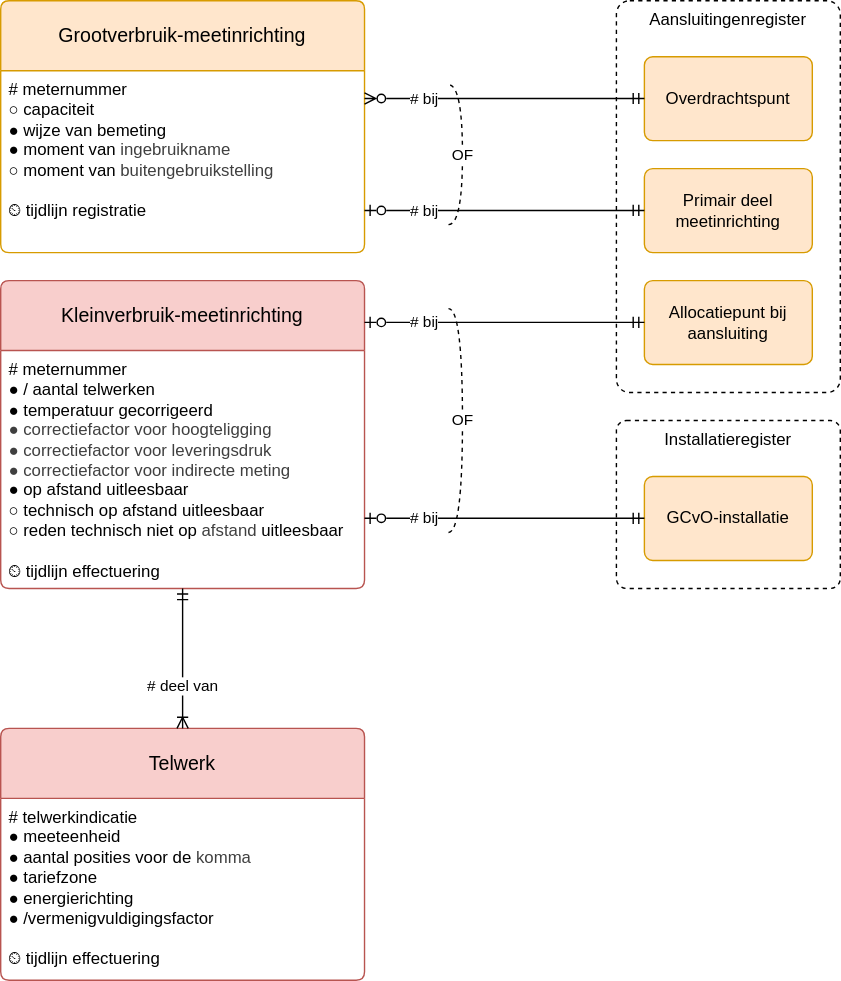
Netbeheer-Nederland/stelsel keeps this draw.io diagram as registers/meetinrichtingenregister/1.4/meetinrichtingenregister.drawio.svg. Above is the earlier version. Source tidied: cells renumbered, new cells last; positions are measured from the earlier drawing's top-left corner, leaving out a move shared by most shapes. The source it was exported from:
```xml
<mxGraphModel>
  <root>
    <mxCell id="0" />
    <mxCell id="1" parent="0" />
    <mxCell id="2" value="Aansluitingenregister" style="rounded=1;whiteSpace=wrap;html=1;dashed=1;verticalAlign=top;arcSize=6;" parent="1" vertex="1">
      <mxGeometry x="440" width="160" height="280" as="geometry" />
    </mxCell>
    <mxCell id="3" value="Kleinverbruik-meetinrichting" style="swimlane;horizontal=1;startSize=50;rounded=1;fontSize=14;fontStyle=0;strokeWidth=1;shadow=0;dashed=0;align=center;fillColor=#f8cecc;strokeColor=#b85450;arcSize=4;whiteSpace=wrap;html=1;" parent="1" vertex="1">
      <mxGeometry y="200" width="260" height="220" as="geometry" />
    </mxCell>
    <mxCell id="4" value="&lt;div&gt;&lt;span style=&quot;background-color: transparent; color: light-dark(rgb(0, 0, 0), rgb(255, 255, 255));&quot;&gt;# meternummer&lt;/span&gt;&lt;/div&gt;&lt;div&gt;&lt;span style=&quot;background-color: transparent; color: light-dark(rgb(0, 0, 0), rgb(255, 255, 255));&quot;&gt;● /&lt;/span&gt;&lt;span style=&quot;background-color: transparent; color: light-dark(rgb(0, 0, 0), rgb(255, 255, 255));&quot;&gt;aantal telwerken&lt;/span&gt;&lt;/div&gt;&lt;div&gt;&lt;div&gt;&lt;span style=&quot;background-color: initial;&quot;&gt;● &lt;/span&gt;&lt;span style=&quot;background-color: initial;&quot;&gt;temperatuur&lt;/span&gt;&lt;span style=&quot;background-color: initial; color: light-dark(rgb(0, 0, 0), rgb(255, 255, 255));&quot;&gt;gecorrigeerd&lt;/span&gt;&lt;/div&gt;&lt;div&gt;&lt;span style=&quot;color: rgb(63, 63, 63);&quot;&gt;● correctiefactor voor&amp;nbsp;&lt;/span&gt;&lt;span style=&quot;color: rgb(63, 63, 63); background-color: transparent;&quot;&gt;hoogteligging&lt;/span&gt;&lt;/div&gt;&lt;div&gt;&lt;span style=&quot;color: rgb(63, 63, 63);&quot;&gt;● correctiefactor voor&amp;nbsp;&lt;/span&gt;&lt;span style=&quot;color: rgb(63, 63, 63); background-color: transparent;&quot;&gt;leveringsdruk&lt;/span&gt;&lt;/div&gt;&lt;div&gt;&lt;span style=&quot;color: rgb(63, 63, 63);&quot;&gt;● correctiefactor voor indirecte meting&lt;/span&gt;&lt;span style=&quot;color: rgb(63, 63, 63); background-color: transparent;&quot;&gt;&lt;/span&gt;&lt;/div&gt;&lt;div&gt;● op afstand uitleesbaar&lt;/div&gt;&lt;div&gt;&lt;span style=&quot;background-color: initial; color: light-dark(rgb(0, 0, 0), rgb(255, 255, 255));&quot;&gt;○ &lt;/span&gt;&lt;span style=&quot;background-color: initial; color: light-dark(rgb(0, 0, 0), rgb(255, 255, 255));&quot;&gt;technisch op afstand&amp;nbsp;&lt;/span&gt;&lt;span style=&quot;background-color: initial;&quot;&gt;uitleesbaar&lt;/span&gt;&lt;/div&gt;&lt;div&gt;○ reden technisch niet op&amp;nbsp;&lt;span style=&quot;color: rgb(63, 63, 63); background-color: transparent;&quot;&gt;afstand&amp;nbsp;&lt;/span&gt;&lt;span style=&quot;background-color: transparent;&quot;&gt;uitleesbaar&lt;/span&gt;&lt;/div&gt;&lt;/div&gt;&lt;div&gt;&lt;div&gt;&lt;br&gt;&lt;/div&gt;&lt;/div&gt;&lt;div&gt;⏲ tijdlijn effectuering&lt;/div&gt;" style="align=left;strokeColor=none;fillColor=none;spacingLeft=4;fontSize=12;verticalAlign=top;fontStyle=0;html=1;" parent="3" vertex="1">
      <mxGeometry y="50" width="260" height="170" as="geometry" />
    </mxCell>
    <mxCell id="5" value="Telwerk" style="swimlane;horizontal=1;startSize=50;rounded=1;fontSize=14;fontStyle=0;strokeWidth=1;shadow=0;dashed=0;align=center;fillColor=#f8cecc;strokeColor=#b85450;arcSize=4;whiteSpace=wrap;html=1;" parent="1" vertex="1">
      <mxGeometry y="520" width="260" height="180" as="geometry" />
    </mxCell>
    <mxCell id="6" value="#&amp;nbsp;telwerkindicatie&lt;br&gt;●&amp;nbsp;meeteenheid&lt;br&gt;●&amp;nbsp;aantal posities voor de&amp;nbsp;&lt;span style=&quot;background-color: initial; color: rgb(63, 63, 63);&quot;&gt;komma&lt;/span&gt;&lt;div&gt;&lt;div&gt;&lt;span style=&quot;background-color: initial;&quot;&gt;●&amp;nbsp;&lt;/span&gt;&lt;span style=&quot;background-color: initial;&quot;&gt;tariefzone&lt;/span&gt;&lt;div&gt;●&amp;nbsp;energierichting&lt;/div&gt;&lt;/div&gt;&lt;div&gt;● /vermenigvuldigingsfactor&lt;/div&gt;&lt;div&gt;&lt;br&gt;&lt;/div&gt;&lt;div&gt;⏲ tijdlijn effectuering&lt;/div&gt;&lt;/div&gt;" style="align=left;strokeColor=none;fillColor=none;spacingLeft=4;fontSize=12;verticalAlign=top;fontStyle=0;html=1;" parent="5" vertex="1">
      <mxGeometry y="50" width="260" height="130" as="geometry" />
    </mxCell>
    <mxCell id="7" value="# deel van" style="fontSize=11;html=1;endArrow=ERoneToMany;startArrow=ERmandOne;rounded=0;endFill=0;fontStyle=0;align=center;startFill=0;elbow=vertical;" parent="1" edge="1" source="3" target="5">
      <mxGeometry x="0.4" relative="1" as="geometry" />
    </mxCell>
    <mxCell id="8" value="Installatieregister" style="rounded=1;whiteSpace=wrap;html=1;dashed=1;verticalAlign=top;arcSize=6;" parent="1" vertex="1">
      <mxGeometry x="440" y="300" width="160" height="120" as="geometry" />
    </mxCell>
    <mxCell id="9" value="Allocatiepunt bij aansluiting" style="rounded=1;arcSize=10;whiteSpace=wrap;html=1;align=center;fillColor=#ffe6cc;strokeColor=#d79b00;" parent="1" vertex="1">
      <mxGeometry x="460" y="200" width="120" height="60" as="geometry" />
    </mxCell>
    <mxCell id="10" value="GCvO-installatie" style="rounded=1;arcSize=10;whiteSpace=wrap;html=1;align=center;fillColor=#ffe6cc;strokeColor=#d79b00;" parent="1" vertex="1">
      <mxGeometry x="460" y="340" width="120" height="60" as="geometry" />
    </mxCell>
    <mxCell id="11" value="Overdrachtspunt" style="rounded=1;arcSize=10;whiteSpace=wrap;html=1;align=center;fillColor=#ffe6cc;strokeColor=#d79b00;" parent="1" vertex="1">
      <mxGeometry x="460" y="40" width="120" height="60" as="geometry" />
    </mxCell>
    <mxCell id="12" value="Grootverbruik-meetinrichting" style="swimlane;horizontal=1;startSize=50;rounded=1;fontSize=14;fontStyle=0;strokeWidth=1;shadow=0;dashed=0;align=center;fillColor=#ffe6cc;strokeColor=#d79b00;arcSize=4;whiteSpace=wrap;html=1;" parent="1" vertex="1">
      <mxGeometry width="260" height="180" as="geometry" />
    </mxCell>
    <mxCell id="13" value="&lt;div&gt;&lt;span style=&quot;background-color: initial; color: light-dark(rgb(0, 0, 0), rgb(255, 255, 255));&quot;&gt;# meternummer&lt;/span&gt;&lt;/div&gt;&lt;div&gt;&lt;span style=&quot;background-color: initial; color: light-dark(rgb(0, 0, 0), rgb(255, 255, 255));&quot;&gt;○&lt;/span&gt;&lt;span style=&quot;background-color: initial; color: light-dark(rgb(0, 0, 0), rgb(255, 255, 255));&quot;&gt;&amp;nbsp;capaciteit&lt;/span&gt;&lt;/div&gt;&lt;div&gt;&lt;span style=&quot;background-color: initial;&quot;&gt;●&lt;/span&gt;&lt;span style=&quot;background-color: initial;&quot;&gt;&amp;nbsp;wijze van bemeting&lt;/span&gt;&lt;/div&gt;&lt;div&gt;● moment van&lt;span style=&quot;color: rgb(63, 63, 63); background-color: transparent;&quot;&gt;&amp;nbsp;ingebruikname&lt;/span&gt;&lt;/div&gt;&lt;div&gt;○ moment van&lt;span style=&quot;color: rgb(63, 63, 63); background-color: transparent;&quot;&gt;&amp;nbsp;buitengebruikstelling&lt;/span&gt;&lt;/div&gt;&lt;div&gt;&lt;span style=&quot;background-color: transparent; color: light-dark(rgb(0, 0, 0), rgb(255, 255, 255));&quot;&gt;&lt;br&gt;&lt;/span&gt;&lt;/div&gt;&lt;div&gt;&lt;span style=&quot;background-color: transparent; color: light-dark(rgb(0, 0, 0), rgb(255, 255, 255));&quot;&gt;⏲ tijdlijn registratie&lt;/span&gt;&lt;/div&gt;" style="align=left;strokeColor=none;fillColor=none;spacingLeft=4;fontSize=12;verticalAlign=top;fontStyle=0;html=1;" parent="12" vertex="1">
      <mxGeometry y="50" width="260" height="130" as="geometry" />
    </mxCell>
    <mxCell id="14" value="Primair deel meetinrichting" style="rounded=1;arcSize=10;whiteSpace=wrap;html=1;align=center;fillColor=#ffe6cc;strokeColor=#d79b00;" parent="1" vertex="1">
      <mxGeometry x="460" y="120" width="120" height="60" as="geometry" />
    </mxCell>
    <mxCell id="15" value="# bij" style="endArrow=ERzeroToMany;html=1;rounded=0;startArrow=ERmandOne;startFill=0;endFill=0;edgeStyle=elbowEdgeStyle;align=left;elbow=vertical;" parent="1" edge="1" source="11" target="12">
      <mxGeometry x="0.7" relative="1" as="geometry">
        <mxPoint x="1" as="offset" />
      </mxGeometry>
    </mxCell>
    <mxCell id="16" value="# bij" style="endArrow=ERzeroToOne;html=1;rounded=0;startArrow=ERmandOne;startFill=0;endFill=0;edgeStyle=elbowEdgeStyle;align=left;elbow=vertical;" parent="1" edge="1" source="14" target="12">
      <mxGeometry x="0.7" relative="1" as="geometry">
        <mxPoint x="1" as="offset" />
      </mxGeometry>
    </mxCell>
    <mxCell id="17" value="OF" style="endArrow=none;html=1;rounded=0;edgeStyle=orthogonalEdgeStyle;noJump=0;orthogonalLoop=0;orthogonal=0;dashed=1;jumpStyle=arc;jumpSize=12;curved=1;" parent="1" edge="1">
      <mxGeometry relative="1" as="geometry">
        <mxPoint x="320" y="160" as="sourcePoint" />
        <mxPoint x="320" y="60" as="targetPoint" />
        <Array as="points">
          <mxPoint x="330" y="160" />
          <mxPoint x="330" y="60" />
        </Array>
      </mxGeometry>
    </mxCell>
    <mxCell id="18" value="# bij" style="endArrow=ERzeroToOne;html=1;rounded=0;startArrow=ERmandOne;startFill=0;endFill=0;edgeStyle=elbowEdgeStyle;align=left;elbow=vertical;" parent="1" edge="1" source="9" target="3">
      <mxGeometry x="0.7" relative="1" as="geometry">
        <mxPoint x="1" as="offset" />
      </mxGeometry>
    </mxCell>
    <mxCell id="19" value="# bij" style="endArrow=ERzeroToOne;html=1;rounded=0;startArrow=ERmandOne;startFill=0;endFill=0;edgeStyle=elbowEdgeStyle;align=left;elbow=vertical;" parent="1" edge="1" source="10" target="3">
      <mxGeometry x="0.7" relative="1" as="geometry">
        <mxPoint x="1" as="offset" />
      </mxGeometry>
    </mxCell>
    <mxCell id="20" value="OF" style="endArrow=none;html=1;rounded=0;edgeStyle=orthogonalEdgeStyle;noJump=0;orthogonalLoop=0;orthogonal=0;dashed=1;jumpStyle=arc;jumpSize=12;curved=1;" parent="1" edge="1">
      <mxGeometry relative="1" as="geometry">
        <mxPoint x="320" y="380" as="sourcePoint" />
        <mxPoint x="320" y="220" as="targetPoint" />
        <Array as="points">
          <mxPoint x="330" y="380" />
          <mxPoint x="330" y="220" />
        </Array>
      </mxGeometry>
    </mxCell>
  </root>
</mxGraphModel>
```
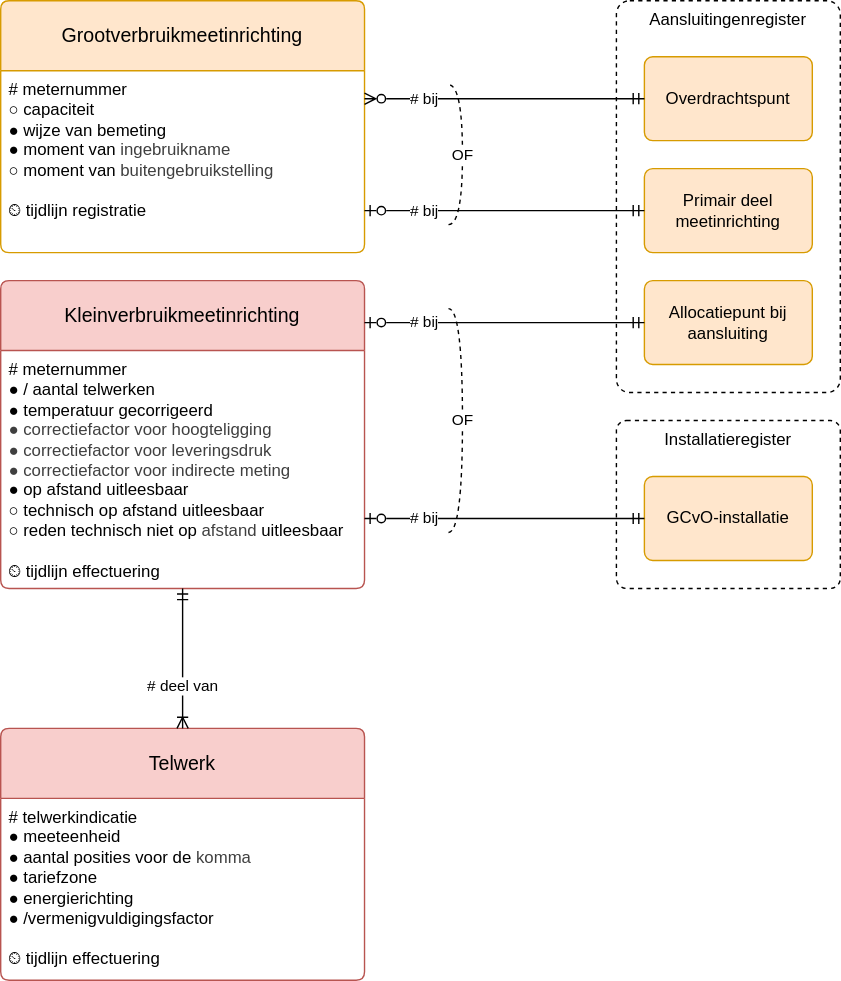
Above is the later version.

The edit, as a diff of the source:
```diff
@@ -5,7 +5,7 @@
     <mxCell id="2" value="Aansluitingenregister" style="rounded=1;whiteSpace=wrap;html=1;dashed=1;verticalAlign=top;arcSize=6;" parent="1" vertex="1">
       <mxGeometry x="440" width="160" height="280" as="geometry" />
     </mxCell>
-    <mxCell id="3" value="Kleinverbruik-meetinrichting" style="swimlane;horizontal=1;startSize=50;rounded=1;fontSize=14;fontStyle=0;strokeWidth=1;shadow=0;dashed=0;align=center;fillColor=#f8cecc;strokeColor=#b85450;arcSize=4;whiteSpace=wrap;html=1;" parent="1" vertex="1">
+    <mxCell id="3" value="Kleinverbruikmeetinrichting" style="swimlane;horizontal=1;startSize=50;rounded=1;fontSize=14;fontStyle=0;strokeWidth=1;shadow=0;dashed=0;align=center;fillColor=#f8cecc;strokeColor=#b85450;arcSize=4;whiteSpace=wrap;html=1;" parent="1" vertex="1">
       <mxGeometry y="200" width="260" height="220" as="geometry" />
     </mxCell>
     <mxCell id="4" value="&lt;div&gt;&lt;span style=&quot;background-color: transparent; color: light-dark(rgb(0, 0, 0), rgb(255, 255, 255));&quot;&gt;# meternummer&lt;/span&gt;&lt;/div&gt;&lt;div&gt;&lt;span style=&quot;background-color: transparent; color: light-dark(rgb(0, 0, 0), rgb(255, 255, 255));&quot;&gt;● /&lt;/span&gt;&lt;span style=&quot;background-color: transparent; color: light-dark(rgb(0, 0, 0), rgb(255, 255, 255));&quot;&gt;aantal telwerken&lt;/span&gt;&lt;/div&gt;&lt;div&gt;&lt;div&gt;&lt;span style=&quot;background-color: initial;&quot;&gt;● &lt;/span&gt;&lt;span style=&quot;background-color: initial;&quot;&gt;temperatuur&lt;/span&gt;&lt;span style=&quot;background-color: initial; color: light-dark(rgb(0, 0, 0), rgb(255, 255, 255));&quot;&gt;gecorrigeerd&lt;/span&gt;&lt;/div&gt;&lt;div&gt;&lt;span style=&quot;color: rgb(63, 63, 63);&quot;&gt;● correctiefactor voor&amp;nbsp;&lt;/span&gt;&lt;span style=&quot;color: rgb(63, 63, 63); background-color: transparent;&quot;&gt;hoogteligging&lt;/span&gt;&lt;/div&gt;&lt;div&gt;&lt;span style=&quot;color: rgb(63, 63, 63);&quot;&gt;● correctiefactor voor&amp;nbsp;&lt;/span&gt;&lt;span style=&quot;color: rgb(63, 63, 63); background-color: transparent;&quot;&gt;leveringsdruk&lt;/span&gt;&lt;/div&gt;&lt;div&gt;&lt;span style=&quot;color: rgb(63, 63, 63);&quot;&gt;● correctiefactor voor indirecte meting&lt;/span&gt;&lt;span style=&quot;color: rgb(63, 63, 63); background-color: transparent;&quot;&gt;&lt;/span&gt;&lt;/div&gt;&lt;div&gt;● op afstand uitleesbaar&lt;/div&gt;&lt;div&gt;&lt;span style=&quot;background-color: initial; color: light-dark(rgb(0, 0, 0), rgb(255, 255, 255));&quot;&gt;○ &lt;/span&gt;&lt;span style=&quot;background-color: initial; color: light-dark(rgb(0, 0, 0), rgb(255, 255, 255));&quot;&gt;technisch op afstand&amp;nbsp;&lt;/span&gt;&lt;span style=&quot;background-color: initial;&quot;&gt;uitleesbaar&lt;/span&gt;&lt;/div&gt;&lt;div&gt;○ reden technisch niet op&amp;nbsp;&lt;span style=&quot;color: rgb(63, 63, 63); background-color: transparent;&quot;&gt;afstand&amp;nbsp;&lt;/span&gt;&lt;span style=&quot;background-color: transparent;&quot;&gt;uitleesbaar&lt;/span&gt;&lt;/div&gt;&lt;/div&gt;&lt;div&gt;&lt;div&gt;&lt;br&gt;&lt;/div&gt;&lt;/div&gt;&lt;div&gt;⏲ tijdlijn effectuering&lt;/div&gt;" style="align=left;strokeColor=none;fillColor=none;spacingLeft=4;fontSize=12;verticalAlign=top;fontStyle=0;html=1;" parent="3" vertex="1">
@@ -32,7 +32,7 @@
     <mxCell id="11" value="Overdrachtspunt" style="rounded=1;arcSize=10;whiteSpace=wrap;html=1;align=center;fillColor=#ffe6cc;strokeColor=#d79b00;" parent="1" vertex="1">
       <mxGeometry x="460" y="40" width="120" height="60" as="geometry" />
     </mxCell>
-    <mxCell id="12" value="Grootverbruik-meetinrichting" style="swimlane;horizontal=1;startSize=50;rounded=1;fontSize=14;fontStyle=0;strokeWidth=1;shadow=0;dashed=0;align=center;fillColor=#ffe6cc;strokeColor=#d79b00;arcSize=4;whiteSpace=wrap;html=1;" parent="1" vertex="1">
+    <mxCell id="12" value="Grootverbruikmeetinrichting" style="swimlane;horizontal=1;startSize=50;rounded=1;fontSize=14;fontStyle=0;strokeWidth=1;shadow=0;dashed=0;align=center;fillColor=#ffe6cc;strokeColor=#d79b00;arcSize=4;whiteSpace=wrap;html=1;" parent="1" vertex="1">
       <mxGeometry width="260" height="180" as="geometry" />
     </mxCell>
     <mxCell id="13" value="&lt;div&gt;&lt;span style=&quot;background-color: initial; color: light-dark(rgb(0, 0, 0), rgb(255, 255, 255));&quot;&gt;# meternummer&lt;/span&gt;&lt;/div&gt;&lt;div&gt;&lt;span style=&quot;background-color: initial; color: light-dark(rgb(0, 0, 0), rgb(255, 255, 255));&quot;&gt;○&lt;/span&gt;&lt;span style=&quot;background-color: initial; color: light-dark(rgb(0, 0, 0), rgb(255, 255, 255));&quot;&gt;&amp;nbsp;capaciteit&lt;/span&gt;&lt;/div&gt;&lt;div&gt;&lt;span style=&quot;background-color: initial;&quot;&gt;●&lt;/span&gt;&lt;span style=&quot;background-color: initial;&quot;&gt;&amp;nbsp;wijze van bemeting&lt;/span&gt;&lt;/div&gt;&lt;div&gt;● moment van&lt;span style=&quot;color: rgb(63, 63, 63); background-color: transparent;&quot;&gt;&amp;nbsp;ingebruikname&lt;/span&gt;&lt;/div&gt;&lt;div&gt;○ moment van&lt;span style=&quot;color: rgb(63, 63, 63); background-color: transparent;&quot;&gt;&amp;nbsp;buitengebruikstelling&lt;/span&gt;&lt;/div&gt;&lt;div&gt;&lt;span style=&quot;background-color: transparent; color: light-dark(rgb(0, 0, 0), rgb(255, 255, 255));&quot;&gt;&lt;br&gt;&lt;/span&gt;&lt;/div&gt;&lt;div&gt;&lt;span style=&quot;background-color: transparent; color: light-dark(rgb(0, 0, 0), rgb(255, 255, 255));&quot;&gt;⏲ tijdlijn registratie&lt;/span&gt;&lt;/div&gt;" style="align=left;strokeColor=none;fillColor=none;spacingLeft=4;fontSize=12;verticalAlign=top;fontStyle=0;html=1;" parent="12" vertex="1">
```
